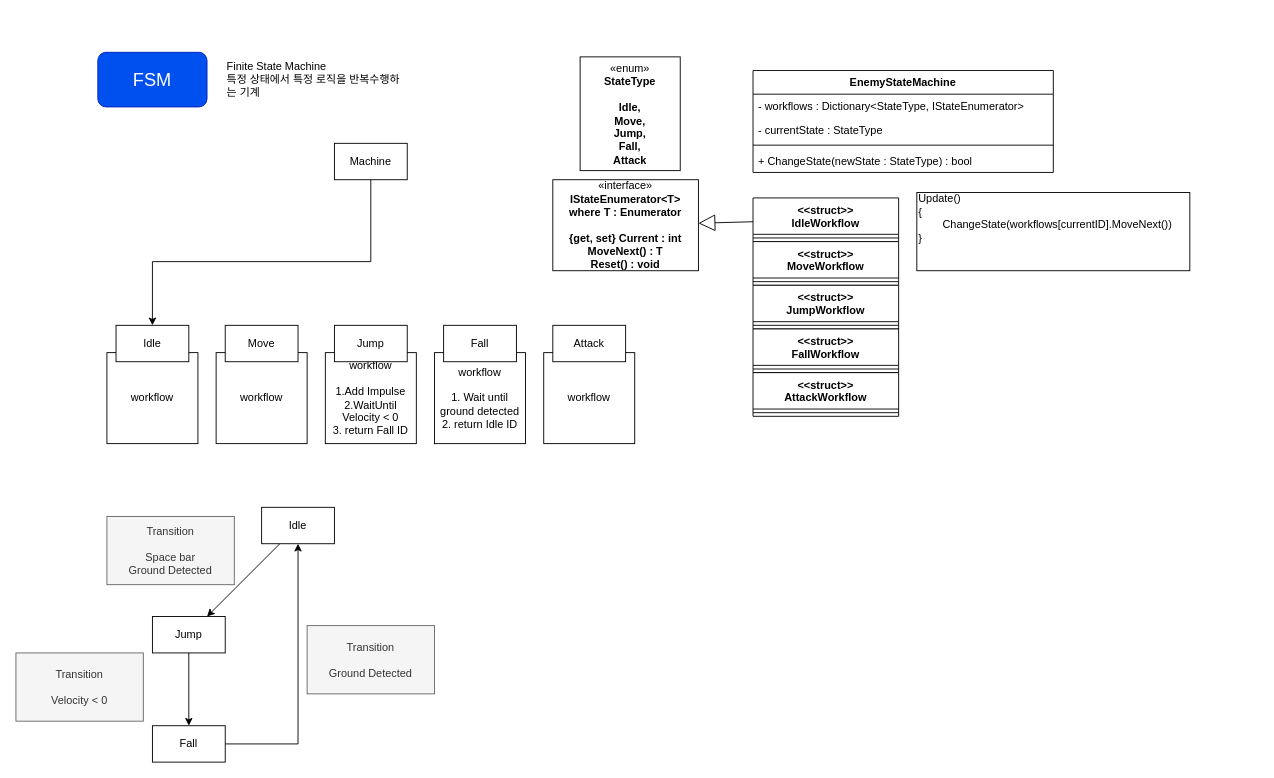
Earlier version of the draw.io diagram Platformer2D/Platformer2D.drawio (luke-youngmin-cho/UnityEngineBasic_8th). Source tidied: cells renumbered, new cells numbered last; positions are measured from the earlier drawing's top-left corner, leaving out a move shared by most shapes. Both pictures are drawn from the tidied source at 91%, with x=0, y=0 at pixel (15, 52).
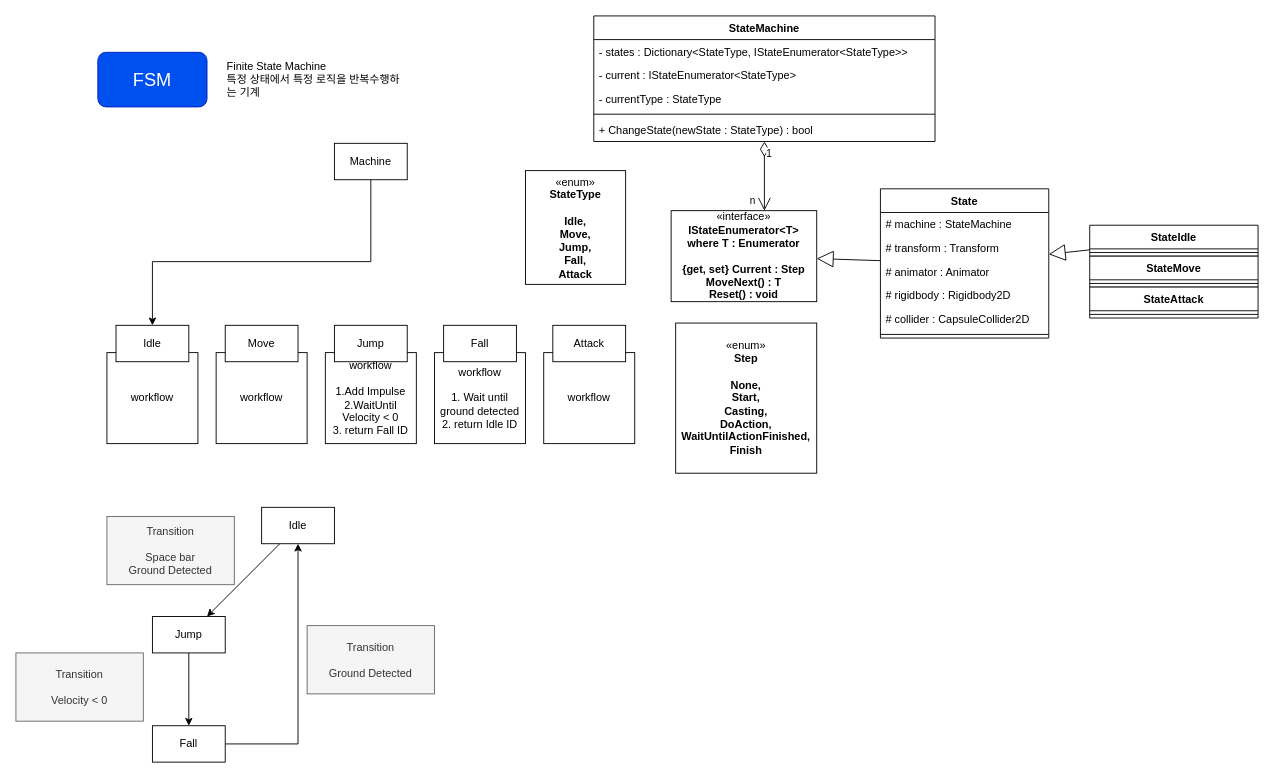
After the change.

Diff of the diagram source:
```diff
@@
-    <mxCell id="25" value="EnemyStateMachine" style="swimlane;fontStyle=1;align=center;verticalAlign=top;horizontal=1;startSize=26;whiteSpace=wrap;html=1;" parent="1" vertex="1">
-      <mxGeometry x="810" y="20" width="330" height="112" as="geometry" />
+    <mxCell id="25" value="StateMachine" style="swimlane;fontStyle=1;align=center;verticalAlign=top;horizontal=1;startSize=26;whiteSpace=wrap;html=1;" parent="1" vertex="1">
+      <mxGeometry x="635" y="-40" width="375" height="138" as="geometry" />
     </mxCell>
-    <mxCell id="26" value="- workflows : Dictionary&amp;lt;StateType, IStateEnumerator&amp;gt;" style="text;strokeColor=none;fillColor=none;align=left;verticalAlign=top;spacingLeft=4;spacingRight=4;overflow=hidden;whiteSpace=wrap;html=1;" parent="25" vertex="1">
-      <mxGeometry y="26" width="330" height="26" as="geometry" />
+    <mxCell id="26" value="- states : Dictionary&amp;lt;StateType, IStateEnumerator&amp;lt;StateType&amp;gt;&amp;gt;" style="text;strokeColor=none;fillColor=none;align=left;verticalAlign=top;spacingLeft=4;spacingRight=4;overflow=hidden;whiteSpace=wrap;html=1;" parent="25" vertex="1">
+      <mxGeometry y="26" width="375" height="26" as="geometry" />
     </mxCell>
+    <mxCell id="44" value="- current : IStateEnumerator&amp;lt;StateType&amp;gt;" style="text;strokeColor=none;fillColor=none;align=left;verticalAlign=top;spacingLeft=4;spacingRight=4;overflow=hidden;whiteSpace=wrap;html=1;" parent="25" vertex="1">
+      <mxGeometry y="52" width="375" height="26" as="geometry" />
+    </mxCell>
-    <mxCell id="27" value="- currentState : StateType" style="text;strokeColor=none;fillColor=none;align=left;verticalAlign=top;spacingLeft=4;spacingRight=4;overflow=hidden;whiteSpace=wrap;html=1;" parent="25" vertex="1">
-      <mxGeometry y="52" width="330" height="26" as="geometry" />
+    <mxCell id="27" value="- currentType : StateType" style="text;strokeColor=none;fillColor=none;align=left;verticalAlign=top;spacingLeft=4;spacingRight=4;overflow=hidden;whiteSpace=wrap;html=1;" parent="25" vertex="1">
+      <mxGeometry y="78" width="375" height="26" as="geometry" />
     </mxCell>
     <mxCell id="28" style="line;strokeWidth=1;fillColor=none;align=left;verticalAlign=middle;spacingTop=-1;spacingLeft=3;spacingRight=3;labelPosition=right;strokeColor=inherit;" parent="25" vertex="1">
-      <mxGeometry y="78" width="330" height="8" as="geometry" />
+      <mxGeometry y="104" width="375" height="8" as="geometry" />
     </mxCell>
     <mxCell id="29" value="+ ChangeState(newState : StateType) : bool" style="text;strokeColor=none;fillColor=none;align=left;verticalAlign=top;spacingLeft=4;spacingRight=4;overflow=hidden;whiteSpace=wrap;html=1;" parent="25" vertex="1">
-      <mxGeometry y="86" width="330" height="26" as="geometry" />
+      <mxGeometry y="112" width="375" height="26" as="geometry" />
     </mxCell>
-    <mxCell id="30" value="&amp;lt;&amp;lt;struct&amp;gt;&amp;gt;&lt;br&gt;IdleWorkflow" style="swimlane;fontStyle=1;align=center;verticalAlign=top;horizontal=1;startSize=40;whiteSpace=wrap;html=1;" parent="1" vertex="1">
-      <mxGeometry x="810" y="160" width="160" height="48" as="geometry" />
-    </mxCell>
-    <mxCell id="31" style="line;strokeWidth=1;fillColor=none;align=left;verticalAlign=middle;spacingTop=-1;spacingLeft=3;spacingRight=3;labelPosition=right;strokeColor=inherit;" parent="30" vertex="1">
-      <mxGeometry y="40" width="160" height="8" as="geometry" />
-    </mxCell>
-    <mxCell id="32" value="«interface»&lt;br&gt;&lt;b&gt;IStateEnumerator&amp;lt;T&amp;gt;&lt;br&gt;where T : Enumerator&lt;br&gt;&lt;br&gt;{get, set} Current : int&lt;br&gt;MoveNext() : T&lt;br&gt;Reset() : void&lt;br&gt;&lt;/b&gt;" style="html=1;whiteSpace=wrap;" parent="1" vertex="1">
-      <mxGeometry x="590" y="140" width="160" height="100" as="geometry" />
+    <mxCell id="32" value="«interface»&lt;br&gt;&lt;b&gt;IStateEnumerator&amp;lt;T&amp;gt;&lt;br&gt;where T : Enumerator&lt;br&gt;&lt;br&gt;{get, set} Current : Step&lt;br&gt;MoveNext() : T&lt;br&gt;Reset() : void&lt;br&gt;&lt;/b&gt;" style="html=1;whiteSpace=wrap;" parent="1" vertex="1">
+      <mxGeometry x="720" y="174" width="160" height="100" as="geometry" />
     </mxCell>
-    <mxCell id="33" style="endArrow=block;endSize=16;endFill=0;html=1;rounded=0;" parent="1" edge="1" source="30" target="32">
+    <mxCell id="33" style="endArrow=block;endSize=16;endFill=0;html=1;rounded=0;" parent="1" edge="1" source="45" target="32">
       <mxGeometry relative="1" as="geometry" />
     </mxCell>
-    <mxCell id="34" value="&amp;lt;&amp;lt;struct&amp;gt;&amp;gt;&lt;br&gt;MoveWorkflow" style="swimlane;fontStyle=1;align=center;verticalAlign=top;horizontal=1;startSize=40;whiteSpace=wrap;html=1;" parent="1" vertex="1">
-      <mxGeometry x="810" y="208" width="160" height="48" as="geometry" />
-    </mxCell>
-    <mxCell id="35" style="line;strokeWidth=1;fillColor=none;align=left;verticalAlign=middle;spacingTop=-1;spacingLeft=3;spacingRight=3;labelPosition=right;strokeColor=inherit;" parent="34" vertex="1">
-      <mxGeometry y="40" width="160" height="8" as="geometry" />
-    </mxCell>
-    <mxCell id="36" value="&amp;lt;&amp;lt;struct&amp;gt;&amp;gt;&lt;br&gt;JumpWorkflow" style="swimlane;fontStyle=1;align=center;verticalAlign=top;horizontal=1;startSize=40;whiteSpace=wrap;html=1;" parent="1" vertex="1">
-      <mxGeometry x="810" y="256" width="160" height="48" as="geometry" />
-    </mxCell>
-    <mxCell id="37" style="line;strokeWidth=1;fillColor=none;align=left;verticalAlign=middle;spacingTop=-1;spacingLeft=3;spacingRight=3;labelPosition=right;strokeColor=inherit;" parent="36" vertex="1">
-      <mxGeometry y="40" width="160" height="8" as="geometry" />
-    </mxCell>
-    <mxCell id="38" value="&amp;lt;&amp;lt;struct&amp;gt;&amp;gt;&lt;br&gt;FallWorkflow" style="swimlane;fontStyle=1;align=center;verticalAlign=top;horizontal=1;startSize=40;whiteSpace=wrap;html=1;" parent="1" vertex="1">
-      <mxGeometry x="810" y="304" width="160" height="48" as="geometry" />
-    </mxCell>
-    <mxCell id="39" style="line;strokeWidth=1;fillColor=none;align=left;verticalAlign=middle;spacingTop=-1;spacingLeft=3;spacingRight=3;labelPosition=right;strokeColor=inherit;" parent="38" vertex="1">
-      <mxGeometry y="40" width="160" height="8" as="geometry" />
-    </mxCell>
-    <mxCell id="40" value="&amp;lt;&amp;lt;struct&amp;gt;&amp;gt;&lt;br&gt;AttackWorkflow" style="swimlane;fontStyle=1;align=center;verticalAlign=top;horizontal=1;startSize=40;whiteSpace=wrap;html=1;" parent="1" vertex="1">
-      <mxGeometry x="810" y="352" width="160" height="48" as="geometry" />
-    </mxCell>
-    <mxCell id="41" style="line;strokeWidth=1;fillColor=none;align=left;verticalAlign=middle;spacingTop=-1;spacingLeft=3;spacingRight=3;labelPosition=right;strokeColor=inherit;" parent="40" vertex="1">
-      <mxGeometry y="40" width="160" height="8" as="geometry" />
-    </mxCell>
     <mxCell id="42" value="«enum»&lt;br&gt;&lt;b&gt;StateType&lt;br&gt;&lt;br&gt;Idle,&lt;br&gt;Move,&lt;br&gt;Jump,&lt;br&gt;Fall,&lt;br&gt;Attack&lt;br&gt;&lt;/b&gt;" style="html=1;whiteSpace=wrap;" parent="1" vertex="1">
-      <mxGeometry x="620" y="5" width="110" height="125" as="geometry" />
+      <mxGeometry x="560" y="130" width="110" height="125" as="geometry" />
     </mxCell>
-    <mxCell id="43" value="&lt;div style=&quot;&quot;&gt;&lt;span style=&quot;background-color: initial;&quot;&gt;Update()&lt;/span&gt;&lt;/div&gt;&lt;div style=&quot;&quot;&gt;&lt;span style=&quot;background-color: initial;&quot;&gt;{&lt;/span&gt;&lt;/div&gt;&lt;div style=&quot;&quot;&gt;&lt;span style=&quot;background-color: initial;&quot;&gt;&lt;span style=&quot;white-space: pre;&quot;&gt;&#9;&lt;/span&gt;ChangeState(workflows[currentID].MoveNext())&lt;/span&gt;&lt;/div&gt;&lt;div style=&quot;&quot;&gt;&lt;span style=&quot;background-color: initial;&quot;&gt;}&lt;/span&gt;&lt;/div&gt;&lt;div style=&quot;&quot;&gt;&lt;span style=&quot;background-color: initial;&quot;&gt;&lt;br&gt;&lt;/span&gt;&lt;/div&gt;&lt;div style=&quot;&quot;&gt;&lt;br&gt;&lt;/div&gt;" style="rounded=0;whiteSpace=wrap;html=1;align=left;" parent="1" vertex="1">
-      <mxGeometry x="990" y="154" width="300" height="86" as="geometry" />
-    </mxCell>
+    <mxCell id="45" value="State" style="swimlane;fontStyle=1;align=center;verticalAlign=top;horizontal=1;startSize=26;whiteSpace=wrap;html=1;" parent="1" vertex="1">
+      <mxGeometry x="950" y="150" width="185" height="164" as="geometry" />
+    </mxCell>
+    <mxCell id="46" value="# machine : StateMachine" style="text;strokeColor=none;fillColor=none;align=left;verticalAlign=top;spacingLeft=4;spacingRight=4;overflow=hidden;whiteSpace=wrap;html=1;" parent="45" vertex="1">
+      <mxGeometry y="26" width="185" height="26" as="geometry" />
+    </mxCell>
+    <mxCell id="47" value="# transform : Transform" style="text;strokeColor=none;fillColor=none;align=left;verticalAlign=top;spacingLeft=4;spacingRight=4;overflow=hidden;whiteSpace=wrap;html=1;" parent="45" vertex="1">
+      <mxGeometry y="52" width="185" height="26" as="geometry" />
+    </mxCell>
+    <mxCell id="48" value="# animator : Animator" style="text;strokeColor=none;fillColor=none;align=left;verticalAlign=top;spacingLeft=4;spacingRight=4;overflow=hidden;whiteSpace=wrap;html=1;" parent="45" vertex="1">
+      <mxGeometry y="78" width="185" height="26" as="geometry" />
+    </mxCell>
+    <mxCell id="49" value="# rigidbody : Rigidbody2D" style="text;strokeColor=none;fillColor=none;align=left;verticalAlign=top;spacingLeft=4;spacingRight=4;overflow=hidden;whiteSpace=wrap;html=1;" parent="45" vertex="1">
+      <mxGeometry y="104" width="185" height="26" as="geometry" />
+    </mxCell>
+    <mxCell id="50" value="# collider : CapsuleCollider2D" style="text;strokeColor=none;fillColor=none;align=left;verticalAlign=top;spacingLeft=4;spacingRight=4;overflow=hidden;whiteSpace=wrap;html=1;" parent="45" vertex="1">
+      <mxGeometry y="130" width="185" height="26" as="geometry" />
+    </mxCell>
+    <mxCell id="51" style="line;strokeWidth=1;fillColor=none;align=left;verticalAlign=middle;spacingTop=-1;spacingLeft=3;spacingRight=3;labelPosition=right;strokeColor=inherit;" parent="45" vertex="1">
+      <mxGeometry y="156" width="185" height="8" as="geometry" />
+    </mxCell>
+    <mxCell id="52" style="endArrow=open;html=1;endSize=12;startArrow=diamondThin;startSize=14;startFill=0;edgeStyle=orthogonalEdgeStyle;rounded=0;" parent="1" edge="1" source="25" target="32">
+      <mxGeometry relative="1" as="geometry">
+        <Array as="points">
+          <mxPoint x="800" y="61" />
+        </Array>
+      </mxGeometry>
+    </mxCell>
+    <mxCell id="53" value="1" style="edgeLabel;html=1;align=left;verticalAlign=top;" parent="52" vertex="1">
+      <mxGeometry x="-1" relative="1" as="geometry" />
+    </mxCell>
+    <mxCell id="54" value="n" style="edgeLabel;html=1;align=right;verticalAlign=top;" parent="52" vertex="1">
+      <mxGeometry x="1" relative="1" as="geometry">
+        <mxPoint x="-10" y="-24" as="offset" />
+      </mxGeometry>
+    </mxCell>
+    <mxCell id="55" value="«enum»&lt;br&gt;&lt;b&gt;Step&lt;br&gt;&lt;br&gt;None,&lt;br&gt;Start,&lt;br&gt;Casting,&lt;br&gt;DoAction,&lt;br&gt;WaitUntilActionFinished,&lt;br&gt;Finish&lt;br&gt;&lt;/b&gt;" style="html=1;whiteSpace=wrap;" parent="1" vertex="1">
+      <mxGeometry x="725" y="297.5" width="155" height="165" as="geometry" />
+    </mxCell>
+    <mxCell id="56" value="StateIdle" style="swimlane;fontStyle=1;align=center;verticalAlign=top;horizontal=1;startSize=26;whiteSpace=wrap;html=1;" parent="1" vertex="1">
+      <mxGeometry x="1180" y="190" width="185" height="34" as="geometry" />
+    </mxCell>
+    <mxCell id="57" style="line;strokeWidth=1;fillColor=none;align=left;verticalAlign=middle;spacingTop=-1;spacingLeft=3;spacingRight=3;labelPosition=right;strokeColor=inherit;" parent="56" vertex="1">
+      <mxGeometry y="26" width="185" height="8" as="geometry" />
+    </mxCell>
+    <mxCell id="58" value="StateMove" style="swimlane;fontStyle=1;align=center;verticalAlign=top;horizontal=1;startSize=26;whiteSpace=wrap;html=1;" parent="1" vertex="1">
+      <mxGeometry x="1180" y="224" width="185" height="34" as="geometry" />
+    </mxCell>
+    <mxCell id="59" style="line;strokeWidth=1;fillColor=none;align=left;verticalAlign=middle;spacingTop=-1;spacingLeft=3;spacingRight=3;labelPosition=right;strokeColor=inherit;" parent="58" vertex="1">
+      <mxGeometry y="26" width="185" height="8" as="geometry" />
+    </mxCell>
+    <mxCell id="60" value="StateAttack" style="swimlane;fontStyle=1;align=center;verticalAlign=top;horizontal=1;startSize=26;whiteSpace=wrap;html=1;" parent="1" vertex="1">
+      <mxGeometry x="1180" y="258" width="185" height="34" as="geometry" />
+    </mxCell>
+    <mxCell id="61" style="line;strokeWidth=1;fillColor=none;align=left;verticalAlign=middle;spacingTop=-1;spacingLeft=3;spacingRight=3;labelPosition=right;strokeColor=inherit;" parent="60" vertex="1">
+      <mxGeometry y="26" width="185" height="8" as="geometry" />
+    </mxCell>
+    <mxCell id="62" style="endArrow=block;endSize=16;endFill=0;html=1;rounded=0;" parent="1" edge="1" source="56" target="45">
+      <mxGeometry relative="1" as="geometry" />
+    </mxCell>
```
